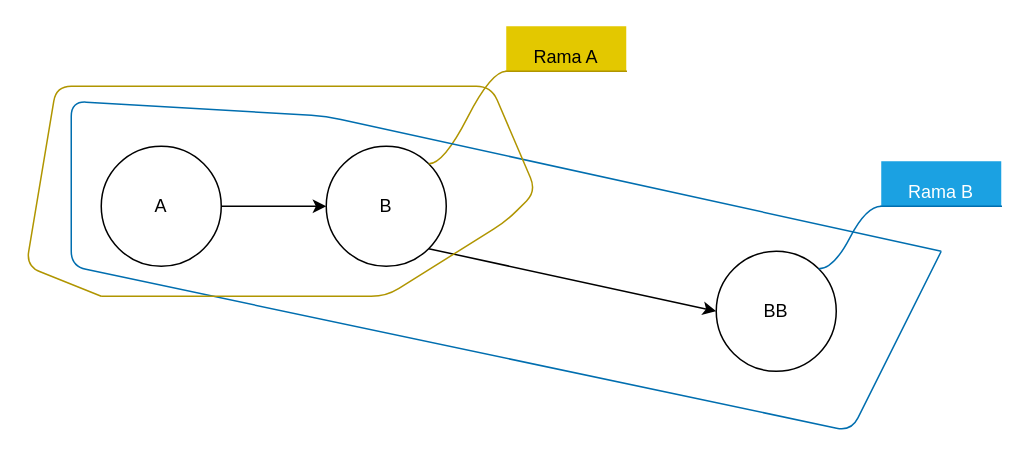
Calcoph/aprende-git keeps this draw.io diagram as page "3" (2 of 4) of diagramas/branch.drawio. Above is the earlier version. Source tidied: cells renumbered, new cells numbered last; positions are measured from the earlier drawing's top-left corner, leaving out a move shared by most shapes. Both pictures are drawn from the tidied source at 150%, with x=0, y=0 at pixel (26, 26).
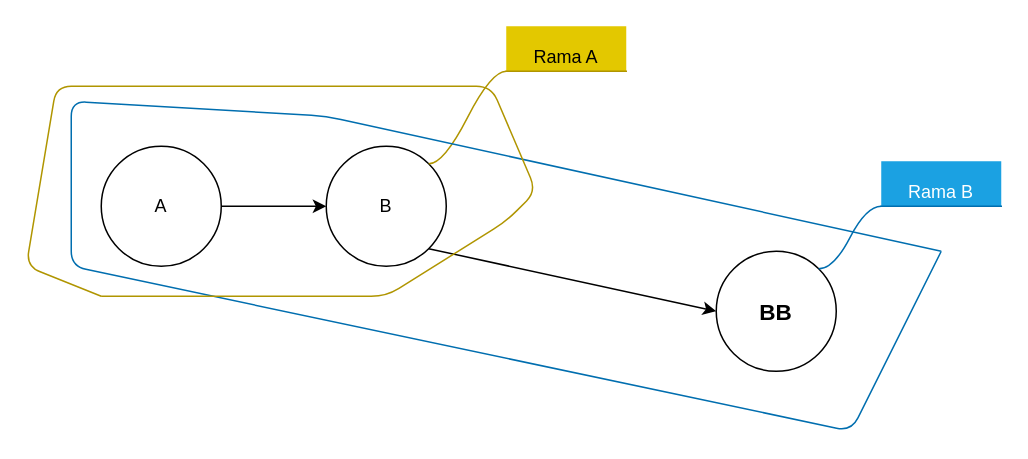
After the change.

Change to the diagram source:
```diff
@@
-    <mxCell id="6" value="BB" style="ellipse;whiteSpace=wrap;html=1;" parent="1" vertex="1">
+    <mxCell id="6" value="BB" style="ellipse;whiteSpace=wrap;html=1;fontStyle=1;fontSize=15;" parent="1" vertex="1">
       <mxGeometry x="460" y="150" width="80" height="80" as="geometry" />
     </mxCell>
```
